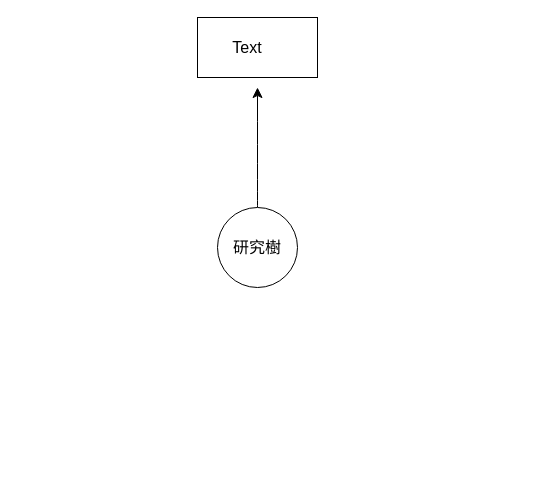
aonoa68/reseach_tree keeps this draw.io diagram as 名称未設定ファイル.drawio. Above is the earlier version. Source tidied: cells renumbered, new cells numbered last; positions are measured from the earlier drawing's top-left corner, leaving out a move shared by most shapes. Both pictures are drawn from the tidied source at 100%, with x=0, y=0 at pixel (197, 17).
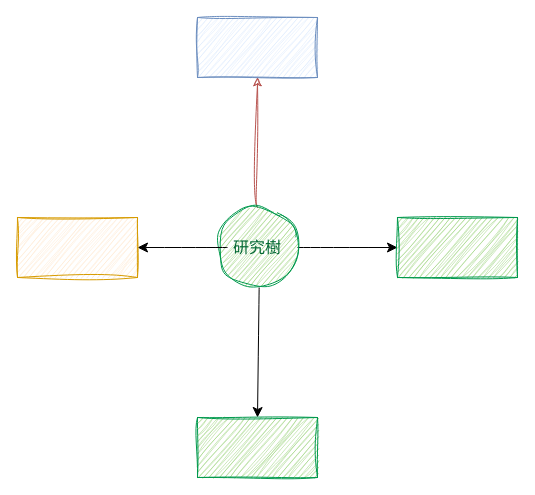
The same diagram, later.

Commit message:
名称未設定ファイル.drawio を更新します

Change to the diagram source:
```diff
@@
 <mxGraphModel>
   <root>
     <mxCell id="0" />
     <mxCell id="1" parent="0" />
-    <mxCell id="2" style="edgeStyle=none;curved=1;rounded=0;jettySize=auto;html=1;fontSize=12;startSize=8;endSize=8;" parent="1" edge="1" source="3">
-      <mxGeometry relative="1" as="geometry">
-        <mxPoint x="60" y="70" as="targetPoint" />
-      </mxGeometry>
+    <mxCell id="2" style="edgeStyle=orthogonalEdgeStyle;curved=1;rounded=0;jettySize=auto;html=1;fontSize=12;sketch=1;curveFitting=1;jiggle=2;fillColor=#f8cecc;strokeColor=#b85450;entryX=0.5;entryY=1;entryDx=0;entryDy=0;" parent="1" edge="1" source="3" target="5">
+      <mxGeometry relative="1" as="geometry" />
     </mxCell>
+    <mxCell id="7" style="edgeStyle=none;curved=1;rounded=0;jettySize=auto;html=1;fontSize=12;startSize=8;endSize=8;" parent="1" edge="1" source="3" target="10">
+      <mxGeometry relative="1" as="geometry" />
+    </mxCell>
+    <mxCell id="8" style="edgeStyle=none;curved=1;rounded=0;jettySize=auto;html=1;fontSize=12;startSize=8;endSize=8;" parent="1" edge="1" source="3" target="11">
+      <mxGeometry relative="1" as="geometry" />
+    </mxCell>
-    <mxCell id="3" style="ellipse;whiteSpace=wrap;html=1;" parent="1" vertex="1">
+    <mxCell id="3" style="ellipse;whiteSpace=wrap;html=1;labelBorderColor=#006633;labelBackgroundColor=#97D077;strokeColor=#00994D;fillColor=#97D077;sketch=1;curveFitting=1;jiggle=2;" parent="1" vertex="1">
       <mxGeometry x="20" y="190" width="80" height="80" as="geometry" />
     </mxCell>
+    <mxCell id="9" style="edgeStyle=none;curved=1;rounded=0;jettySize=auto;html=1;fontSize=12;startSize=8;endSize=8;" parent="1" edge="1" source="4" target="12">
+      <mxGeometry relative="1" as="geometry" />
+    </mxCell>
-    <mxCell id="4" value="研究樹" style="text;strokeColor=none;align=center;fillColor=none;html=1;verticalAlign=middle;whiteSpace=wrap;rounded=0;fontSize=16;" parent="1" vertex="1">
+    <mxCell id="4" value="研究樹" style="text;strokeColor=none;align=center;fillColor=none;html=1;verticalAlign=middle;whiteSpace=wrap;rounded=0;fontSize=16;fontColor=#006633;" parent="1" vertex="1">
       <mxGeometry x="30" y="220" width="60" height="20" as="geometry" />
     </mxCell>
-    <mxCell id="5" style="whiteSpace=wrap;html=1;" parent="1" vertex="1">
+    <mxCell id="5" style="whiteSpace=wrap;html=1;sketch=1;curveFitting=1;jiggle=2;fillColor=#dae8fc;strokeColor=#6c8ebf;" parent="1" vertex="1">
       <mxGeometry width="120" height="60" as="geometry" />
     </mxCell>
-    <mxCell id="6" value="Text" style="text;strokeColor=none;align=center;fillColor=none;html=1;verticalAlign=middle;whiteSpace=wrap;rounded=0;fontSize=16;" parent="1" vertex="1">
-      <mxGeometry x="20" y="15" width="60" height="30" as="geometry" />
-    </mxCell>
+    <mxCell id="10" style="whiteSpace=wrap;html=1;fillColor=#97D077;strokeColor=#00994D;labelBorderColor=#006633;labelBackgroundColor=#97D077;sketch=1;curveFitting=1;jiggle=2;" parent="1" vertex="1">
+      <mxGeometry x="200" y="200" width="120" height="60" as="geometry" />
+    </mxCell>
+    <mxCell id="11" style="whiteSpace=wrap;html=1;fillColor=#97D077;strokeColor=#00994D;labelBorderColor=#006633;labelBackgroundColor=#97D077;sketch=1;curveFitting=1;jiggle=2;" parent="1" vertex="1">
+      <mxGeometry y="400" width="120" height="60" as="geometry" />
+    </mxCell>
+    <mxCell id="12" style="whiteSpace=wrap;html=1;sketch=1;curveFitting=1;jiggle=2;glass=0;fillColor=#ffe6cc;strokeColor=#d79b00;" parent="1" vertex="1">
+      <mxGeometry x="-180" y="200" width="120" height="60" as="geometry" />
+    </mxCell>
   </root>
 </mxGraphModel>
```
